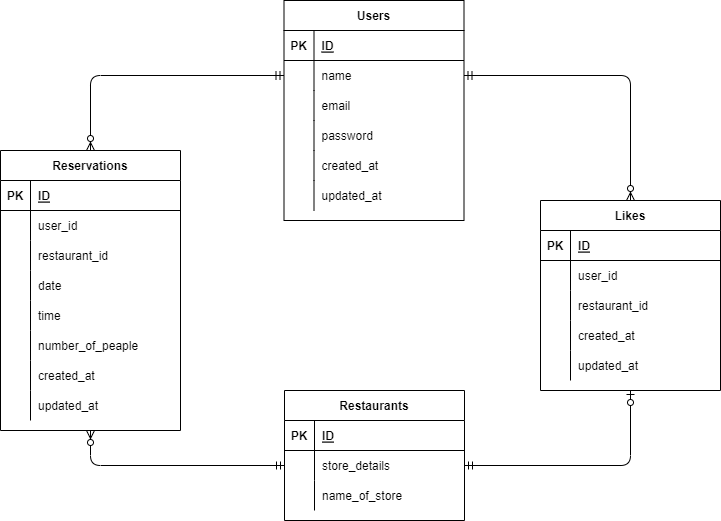
This is index.drawio.png from kaoriii7/Advance-ER, a draw.io export, as it was before one commit. Source tidied: cells renumbered, new cells last; positions are measured from the earlier drawing's top-left corner, leaving out a move shared by most shapes.
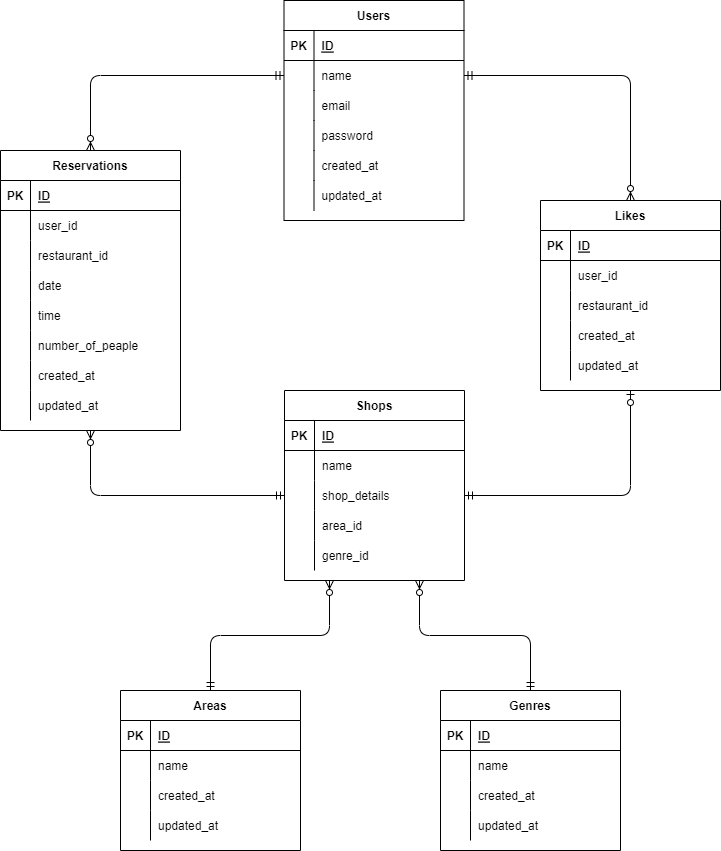
After the change.

Diff of the diagram source:
```diff
@@ -134,8 +134,8 @@
     <mxCell id="45" value="updated_at" style="shape=partialRectangle;fillColor=none;top=0;left=0;bottom=0;right=0;align=left;spacingLeft=6;overflow=hidden;" parent="43" vertex="1">
       <mxGeometry x="30" width="150" height="30" as="geometry" />
     </mxCell>
-    <mxCell id="46" value="Restaurants" style="shape=table;startSize=30;rowLines=0;fontStyle=1;align=center;" parent="1" vertex="1">
-      <mxGeometry x="284" y="390" width="180" height="130" as="geometry" />
+    <mxCell id="46" value="Shops" style="shape=table;startSize=30;rowLines=0;fontStyle=1;align=center;" parent="1" vertex="1">
+      <mxGeometry x="284" y="390" width="180" height="190" as="geometry" />
     </mxCell>
     <mxCell id="47" style="shape=partialRectangle;fillColor=none;top=0;left=0;bottom=1;right=0;" parent="46" vertex="1">
       <mxGeometry y="30" width="180" height="30" as="geometry" />
@@ -146,24 +146,42 @@
     <mxCell id="49" value="ID" style="shape=partialRectangle;fillColor=none;top=0;left=0;bottom=0;right=0;align=left;spacingLeft=6;fontStyle=5;overflow=hidden;" parent="47" vertex="1">
       <mxGeometry x="30" width="150" height="30" as="geometry" />
     </mxCell>
+    <mxCell id="53" style="shape=partialRectangle;fillColor=none;top=0;left=0;bottom=0;right=0;" parent="46" vertex="1">
+      <mxGeometry y="60" width="180" height="30" as="geometry" />
+    </mxCell>
+    <mxCell id="54" style="shape=partialRectangle;fillColor=none;top=0;left=0;bottom=0;right=0;overflow=hidden;" parent="53" vertex="1">
+      <mxGeometry width="30" height="30" as="geometry" />
+    </mxCell>
+    <mxCell id="55" value="name" style="shape=partialRectangle;fillColor=none;top=0;left=0;bottom=0;right=0;align=left;spacingLeft=6;overflow=hidden;" parent="53" vertex="1">
+      <mxGeometry x="30" width="150" height="30" as="geometry" />
+    </mxCell>
     <mxCell id="50" style="shape=partialRectangle;fillColor=none;top=0;left=0;bottom=0;right=0;points=[[0,0.5],[1,0.5]];portConstraint=eastwest;" parent="46" vertex="1">
-      <mxGeometry y="60" width="180" height="30" as="geometry" />
+      <mxGeometry y="90" width="180" height="30" as="geometry" />
     </mxCell>
     <mxCell id="51" style="shape=partialRectangle;fillColor=none;top=0;left=0;bottom=0;right=0;overflow=hidden;" parent="50" vertex="1">
       <mxGeometry width="30" height="30" as="geometry" />
     </mxCell>
-    <mxCell id="52" value="store_details" style="shape=partialRectangle;fillColor=none;top=0;left=0;bottom=0;right=0;align=left;spacingLeft=6;overflow=hidden;" parent="50" vertex="1">
+    <mxCell id="52" value="shop_details" style="shape=partialRectangle;fillColor=none;top=0;left=0;bottom=0;right=0;align=left;spacingLeft=6;overflow=hidden;" parent="50" vertex="1">
       <mxGeometry x="30" width="150" height="30" as="geometry" />
     </mxCell>
-    <mxCell id="53" style="shape=partialRectangle;fillColor=none;top=0;left=0;bottom=0;right=0;" parent="46" vertex="1">
-      <mxGeometry y="90" width="180" height="30" as="geometry" />
-    </mxCell>
-    <mxCell id="54" style="shape=partialRectangle;fillColor=none;top=0;left=0;bottom=0;right=0;overflow=hidden;" parent="53" vertex="1">
-      <mxGeometry width="30" height="30" as="geometry" />
-    </mxCell>
-    <mxCell id="55" value="name_of_store" style="shape=partialRectangle;fillColor=none;top=0;left=0;bottom=0;right=0;align=left;spacingLeft=6;overflow=hidden;" parent="53" vertex="1">
-      <mxGeometry x="30" width="150" height="30" as="geometry" />
-    </mxCell>
+    <mxCell id="76" style="shape=partialRectangle;fillColor=none;top=0;left=0;bottom=0;right=0;" parent="46" vertex="1">
+      <mxGeometry y="120" width="180" height="30" as="geometry" />
+    </mxCell>
+    <mxCell id="77" style="shape=partialRectangle;fillColor=none;top=0;left=0;bottom=0;right=0;overflow=hidden;" parent="76" vertex="1">
+      <mxGeometry width="30" height="30" as="geometry" />
+    </mxCell>
+    <mxCell id="78" value="area_id" style="shape=partialRectangle;fillColor=none;top=0;left=0;bottom=0;right=0;align=left;spacingLeft=6;overflow=hidden;" parent="76" vertex="1">
+      <mxGeometry x="30" width="150" height="30" as="geometry" />
+    </mxCell>
+    <mxCell id="79" style="shape=partialRectangle;fillColor=none;top=0;left=0;bottom=0;right=0;" parent="46" vertex="1">
+      <mxGeometry y="150" width="180" height="30" as="geometry" />
+    </mxCell>
+    <mxCell id="80" style="shape=partialRectangle;fillColor=none;top=0;left=0;bottom=0;right=0;overflow=hidden;" parent="79" vertex="1">
+      <mxGeometry width="30" height="30" as="geometry" />
+    </mxCell>
+    <mxCell id="81" value="genre_id" style="shape=partialRectangle;fillColor=none;top=0;left=0;bottom=0;right=0;align=left;spacingLeft=6;overflow=hidden;" parent="79" vertex="1">
+      <mxGeometry x="30" width="150" height="30" as="geometry" />
+    </mxCell>
     <mxCell id="56" value="Likes" style="shape=table;startSize=30;rowLines=0;fontStyle=1;align=center;" parent="1" vertex="1">
       <mxGeometry x="540" y="200" width="180" height="190" as="geometry" />
     </mxCell>
@@ -224,5 +242,89 @@
     <mxCell id="75" style="edgeStyle=orthogonalEdgeStyle;fontSize=12;html=1;endArrow=ERzeroToOne;startArrow=ERmandOne;entryX=0.5;entryY=1;entryDx=0;entryDy=0;exitX=1;exitY=0.5;exitDx=0;exitDy=0;" parent="1" edge="1" source="50" target="56">
       <mxGeometry relative="1" as="geometry" />
     </mxCell>
+    <mxCell id="82" value="Areas" style="shape=table;startSize=30;rowLines=0;fontStyle=1;align=center;" parent="1" vertex="1">
+      <mxGeometry x="120" y="690" width="180" height="160" as="geometry" />
+    </mxCell>
+    <mxCell id="83" style="shape=partialRectangle;fillColor=none;top=0;left=0;bottom=1;right=0;" parent="82" vertex="1">
+      <mxGeometry y="30" width="180" height="30" as="geometry" />
+    </mxCell>
+    <mxCell id="84" value="PK" style="shape=partialRectangle;fillColor=none;top=0;left=0;bottom=0;right=0;fontStyle=1;overflow=hidden;" parent="83" vertex="1">
+      <mxGeometry width="30" height="30" as="geometry" />
+    </mxCell>
+    <mxCell id="85" value="ID" style="shape=partialRectangle;fillColor=none;top=0;left=0;bottom=0;right=0;align=left;spacingLeft=6;fontStyle=5;overflow=hidden;" parent="83" vertex="1">
+      <mxGeometry x="30" width="150" height="30" as="geometry" />
+    </mxCell>
+    <mxCell id="86" style="shape=partialRectangle;fillColor=none;top=0;left=0;bottom=0;right=0;" parent="82" vertex="1">
+      <mxGeometry y="60" width="180" height="30" as="geometry" />
+    </mxCell>
+    <mxCell id="87" style="shape=partialRectangle;fillColor=none;top=0;left=0;bottom=0;right=0;overflow=hidden;" parent="86" vertex="1">
+      <mxGeometry width="30" height="30" as="geometry" />
+    </mxCell>
+    <mxCell id="88" value="name" style="shape=partialRectangle;fillColor=none;top=0;left=0;bottom=0;right=0;align=left;spacingLeft=6;overflow=hidden;" parent="86" vertex="1">
+      <mxGeometry x="30" width="150" height="30" as="geometry" />
+    </mxCell>
+    <mxCell id="89" style="shape=partialRectangle;fillColor=none;top=0;left=0;bottom=0;right=0;" parent="82" vertex="1">
+      <mxGeometry y="90" width="180" height="30" as="geometry" />
+    </mxCell>
+    <mxCell id="90" style="shape=partialRectangle;fillColor=none;top=0;left=0;bottom=0;right=0;overflow=hidden;" parent="89" vertex="1">
+      <mxGeometry width="30" height="30" as="geometry" />
+    </mxCell>
+    <mxCell id="91" value="created_at" style="shape=partialRectangle;fillColor=none;top=0;left=0;bottom=0;right=0;align=left;spacingLeft=6;overflow=hidden;" parent="89" vertex="1">
+      <mxGeometry x="30" width="150" height="30" as="geometry" />
+    </mxCell>
+    <mxCell id="92" style="shape=partialRectangle;fillColor=none;top=0;left=0;bottom=0;right=0;" parent="82" vertex="1">
+      <mxGeometry y="120" width="180" height="30" as="geometry" />
+    </mxCell>
+    <mxCell id="93" style="shape=partialRectangle;fillColor=none;top=0;left=0;bottom=0;right=0;overflow=hidden;" parent="92" vertex="1">
+      <mxGeometry width="30" height="30" as="geometry" />
+    </mxCell>
+    <mxCell id="94" value="updated_at" style="shape=partialRectangle;fillColor=none;top=0;left=0;bottom=0;right=0;align=left;spacingLeft=6;overflow=hidden;" parent="92" vertex="1">
+      <mxGeometry x="30" width="150" height="30" as="geometry" />
+    </mxCell>
+    <mxCell id="95" value="Genres" style="shape=table;startSize=30;rowLines=0;fontStyle=1;align=center;" parent="1" vertex="1">
+      <mxGeometry x="440" y="690" width="180" height="160" as="geometry" />
+    </mxCell>
+    <mxCell id="96" style="shape=partialRectangle;fillColor=none;top=0;left=0;bottom=1;right=0;" parent="95" vertex="1">
+      <mxGeometry y="30" width="180" height="30" as="geometry" />
+    </mxCell>
+    <mxCell id="97" value="PK" style="shape=partialRectangle;fillColor=none;top=0;left=0;bottom=0;right=0;fontStyle=1;overflow=hidden;" parent="96" vertex="1">
+      <mxGeometry width="30" height="30" as="geometry" />
+    </mxCell>
+    <mxCell id="98" value="ID" style="shape=partialRectangle;fillColor=none;top=0;left=0;bottom=0;right=0;align=left;spacingLeft=6;fontStyle=5;overflow=hidden;" parent="96" vertex="1">
+      <mxGeometry x="30" width="150" height="30" as="geometry" />
+    </mxCell>
+    <mxCell id="99" style="shape=partialRectangle;fillColor=none;top=0;left=0;bottom=0;right=0;" parent="95" vertex="1">
+      <mxGeometry y="60" width="180" height="30" as="geometry" />
+    </mxCell>
+    <mxCell id="100" style="shape=partialRectangle;fillColor=none;top=0;left=0;bottom=0;right=0;overflow=hidden;" parent="99" vertex="1">
+      <mxGeometry width="30" height="30" as="geometry" />
+    </mxCell>
+    <mxCell id="101" value="name" style="shape=partialRectangle;fillColor=none;top=0;left=0;bottom=0;right=0;align=left;spacingLeft=6;overflow=hidden;" parent="99" vertex="1">
+      <mxGeometry x="30" width="150" height="30" as="geometry" />
+    </mxCell>
+    <mxCell id="102" style="shape=partialRectangle;fillColor=none;top=0;left=0;bottom=0;right=0;" parent="95" vertex="1">
+      <mxGeometry y="90" width="180" height="30" as="geometry" />
+    </mxCell>
+    <mxCell id="103" style="shape=partialRectangle;fillColor=none;top=0;left=0;bottom=0;right=0;overflow=hidden;" parent="102" vertex="1">
+      <mxGeometry width="30" height="30" as="geometry" />
+    </mxCell>
+    <mxCell id="104" value="created_at" style="shape=partialRectangle;fillColor=none;top=0;left=0;bottom=0;right=0;align=left;spacingLeft=6;overflow=hidden;" parent="102" vertex="1">
+      <mxGeometry x="30" width="150" height="30" as="geometry" />
+    </mxCell>
+    <mxCell id="105" style="shape=partialRectangle;fillColor=none;top=0;left=0;bottom=0;right=0;" parent="95" vertex="1">
+      <mxGeometry y="120" width="180" height="30" as="geometry" />
+    </mxCell>
+    <mxCell id="106" style="shape=partialRectangle;fillColor=none;top=0;left=0;bottom=0;right=0;overflow=hidden;" parent="105" vertex="1">
+      <mxGeometry width="30" height="30" as="geometry" />
+    </mxCell>
+    <mxCell id="107" value="updated_at" style="shape=partialRectangle;fillColor=none;top=0;left=0;bottom=0;right=0;align=left;spacingLeft=6;overflow=hidden;" parent="105" vertex="1">
+      <mxGeometry x="30" width="150" height="30" as="geometry" />
+    </mxCell>
+    <mxCell id="108" style="edgeStyle=orthogonalEdgeStyle;fontSize=12;html=1;endArrow=ERzeroToMany;startArrow=ERmandOne;entryX=0.25;entryY=1;entryDx=0;entryDy=0;exitX=0.5;exitY=0;exitDx=0;exitDy=0;" parent="1" edge="1" source="82" target="46">
+      <mxGeometry relative="1" as="geometry" />
+    </mxCell>
+    <mxCell id="109" style="edgeStyle=orthogonalEdgeStyle;fontSize=12;html=1;endArrow=ERzeroToMany;startArrow=ERmandOne;entryX=0.75;entryY=1;entryDx=0;entryDy=0;exitX=0.5;exitY=0;exitDx=0;exitDy=0;" parent="1" edge="1" source="95" target="46">
+      <mxGeometry relative="1" as="geometry" />
+    </mxCell>
   </root>
 </mxGraphModel>
```
